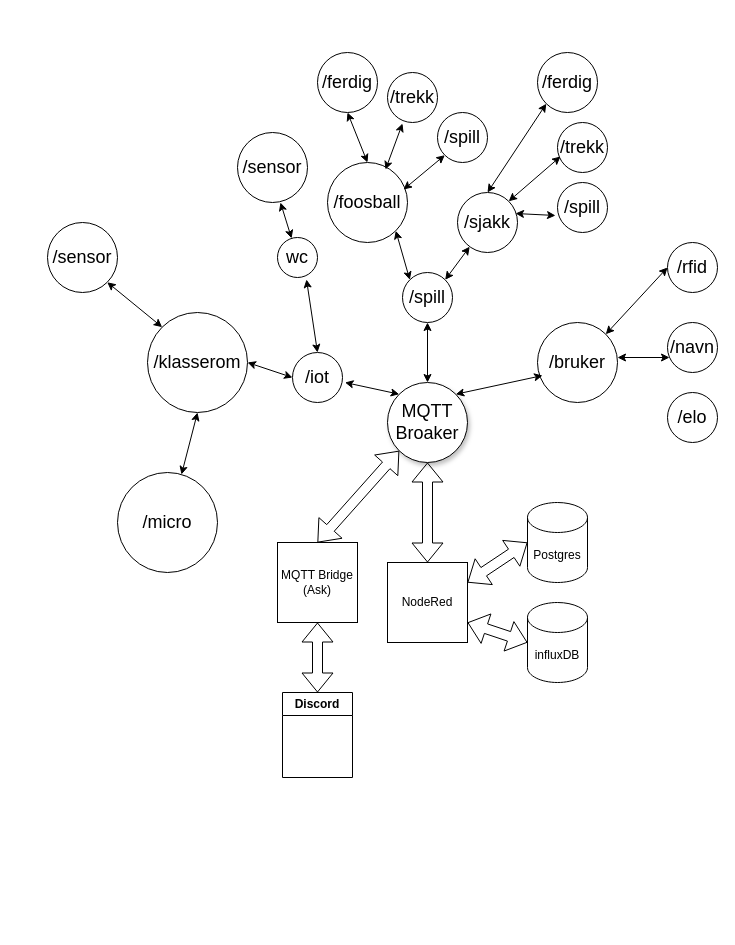
Before: MQTT_Topics.drawio in 1ELER-24-25/ClassServer, a draw.io diagram. Source tidied: cells renumbered, new cells numbered last; positions are measured from the earlier drawing's top-left corner, leaving out a move shared by most shapes. Both pictures are drawn from the tidied source at 100%, with x=0, y=0 at pixel (47, 52).
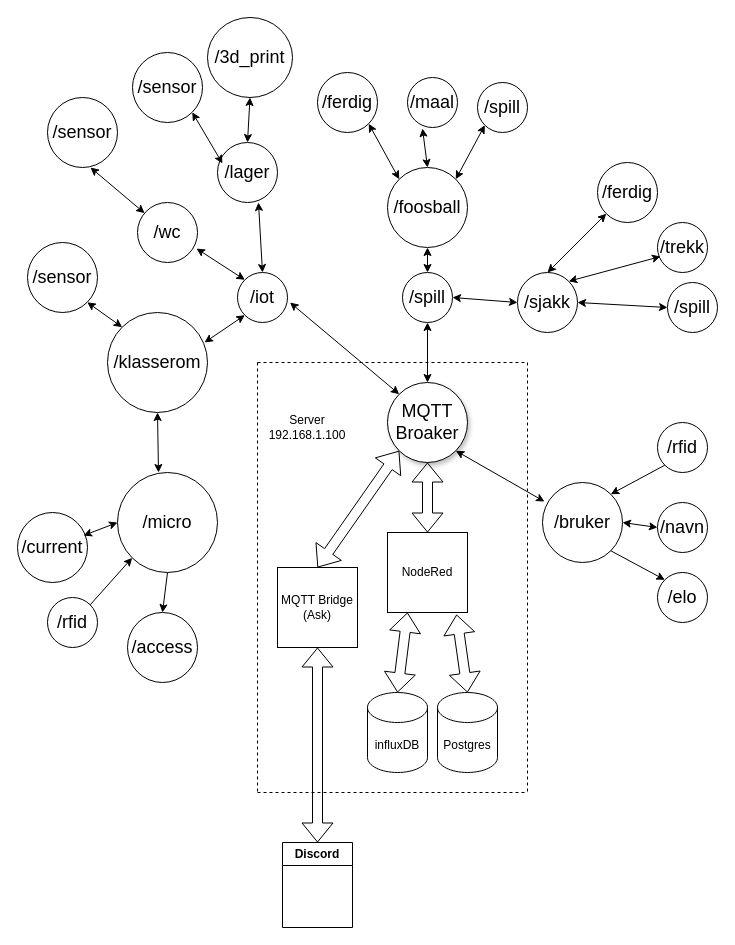
The same page after the edit.

Unchanged cells that the change refers to:
```xml
<mxCell id="2" value="&lt;font style=&quot;font-size: 18px;&quot;&gt;MQTT&lt;br&gt;Broaker&lt;/font&gt;" style="ellipse;whiteSpace=wrap;html=1;shadow=1;fillColor=light-dark(#FFFFFF,#99CCFF);" parent="1" vertex="1">
  <mxGeometry x="340" y="330" width="80" height="80" as="geometry" />
</mxCell>
<mxCell id="14" value="&lt;font style=&quot;font-size: 18px;&quot;&gt;/spill&lt;/font&gt;" style="ellipse;whiteSpace=wrap;html=1;strokeColor=light-dark(#000000,#007FFF);" parent="1" vertex="1">
  <mxGeometry x="355" y="220" width="50" height="50" as="geometry" />
</mxCell>
<mxCell id="31" value="&lt;font style=&quot;font-size: 18px;&quot;&gt;/micro&lt;/font&gt;" style="ellipse;whiteSpace=wrap;html=1;strokeColor=light-dark(#000000,#007FFF);" parent="1" vertex="1">
  <mxGeometry x="70" y="420" width="100" height="100" as="geometry" />
</mxCell>
```

What changed in the source:
```diff
@@
     <mxCell id="3" value="Postgres" style="shape=cylinder3;whiteSpace=wrap;html=1;boundedLbl=1;backgroundOutline=1;size=15;" parent="1" vertex="1">
-      <mxGeometry x="480" y="450" width="60" height="80" as="geometry" />
+      <mxGeometry x="390" y="640" width="60" height="80" as="geometry" />
     </mxCell>
     <mxCell id="4" value="NodeRed" style="whiteSpace=wrap;html=1;" parent="1" vertex="1">
-      <mxGeometry x="340" y="510" width="80" height="80" as="geometry" />
+      <mxGeometry x="340" y="480" width="80" height="80" as="geometry" />
     </mxCell>
     <mxCell id="5" value="influxDB" style="shape=cylinder3;whiteSpace=wrap;html=1;boundedLbl=1;backgroundOutline=1;size=15;" parent="1" vertex="1">
-      <mxGeometry x="480" y="550" width="60" height="80" as="geometry" />
+      <mxGeometry x="320" y="640" width="60" height="80" as="geometry" />
     </mxCell>
     <mxCell id="6" value="MQTT Bridge&lt;br&gt;(Ask)" style="whiteSpace=wrap;html=1;" parent="1" vertex="1">
-      <mxGeometry x="230" y="490" width="80" height="80" as="geometry" />
+      <mxGeometry x="230" y="515" width="80" height="80" as="geometry" />
     </mxCell>
     <mxCell id="7" value="Discord" style="swimlane;whiteSpace=wrap;html=1;" parent="1" vertex="1">
-      <mxGeometry x="235" y="640" width="70" height="85" as="geometry" />
+      <mxGeometry x="235" y="790" width="70" height="85" as="geometry" />
     </mxCell>
-    <mxCell id="8" style="shape=flexArrow;endArrow=classic;startArrow=classic;html=1;rounded=0;entryX=0;entryY=0.5;entryDx=0;entryDy=0;entryPerimeter=0;exitX=1;exitY=0.25;exitDx=0;exitDy=0;" parent="1" edge="1" source="4" target="3">
+    <mxCell id="8" style="shape=flexArrow;endArrow=classic;startArrow=classic;html=1;rounded=0;entryX=0.5;entryY=0;entryDx=0;entryDy=0;entryPerimeter=0;exitX=0.863;exitY=1.025;exitDx=0;exitDy=0;exitPerimeter=0;" parent="1" edge="1" source="4" target="3">
       <mxGeometry relative="1" as="geometry" />
     </mxCell>
-    <mxCell id="9" style="shape=flexArrow;endArrow=classic;startArrow=classic;html=1;rounded=0;entryX=0;entryY=0.5;entryDx=0;entryDy=0;entryPerimeter=0;exitX=1;exitY=0.75;exitDx=0;exitDy=0;" parent="1" edge="1" source="4" target="5">
-      <mxGeometry relative="1" as="geometry" />
+    <mxCell id="9" style="shape=flexArrow;endArrow=classic;startArrow=classic;html=1;rounded=0;entryX=0.5;entryY=0;entryDx=0;entryDy=0;entryPerimeter=0;" parent="1" edge="1" target="5">
+      <mxGeometry relative="1" as="geometry">
+        <mxPoint x="360" y="560" as="sourcePoint" />
+      </mxGeometry>
     </mxCell>
@@
     <mxCell id="13" value="&lt;font style=&quot;font-size: 18px;&quot;&gt;/iot&lt;/font&gt;" style="ellipse;whiteSpace=wrap;html=1;strokeColor=light-dark(#000000,#007FFF);" parent="1" vertex="1">
-      <mxGeometry x="245" y="300" width="50" height="50" as="geometry" />
+      <mxGeometry x="190" y="220" width="50" height="50" as="geometry" />
     </mxCell>
@@
     <mxCell id="15" value="&lt;font style=&quot;font-size: 18px;&quot;&gt;/bruker&lt;/font&gt;" style="ellipse;whiteSpace=wrap;html=1;strokeColor=light-dark(#000000,#007FFF);" parent="1" vertex="1">
-      <mxGeometry x="490" y="270" width="80" height="80" as="geometry" />
+      <mxGeometry x="495" y="430" width="80" height="80" as="geometry" />
     </mxCell>
-    <mxCell id="16" style="endArrow=classic;startArrow=classic;html=1;rounded=0;exitX=0.967;exitY=0.35;exitDx=0;exitDy=0;entryX=-0.04;entryY=0.66;entryDx=0;entryDy=0;entryPerimeter=0;exitPerimeter=0;" parent="1" edge="1" source="26" target="36">
-      <mxGeometry relative="1" as="geometry" />
-    </mxCell>
-    <mxCell id="17" style="endArrow=classic;startArrow=classic;html=1;rounded=0;entryX=0;entryY=0;entryDx=0;entryDy=0;exitX=1;exitY=1;exitDx=0;exitDy=0;" parent="1" edge="1" source="21" target="14">
-      <mxGeometry relative="1" as="geometry" />
+    <mxCell id="17" style="endArrow=classic;startArrow=classic;html=1;rounded=0;exitX=0.5;exitY=1;exitDx=0;exitDy=0;" parent="1" edge="1" source="21">
+      <mxGeometry relative="1" as="geometry">
+        <mxPoint x="380" y="220" as="targetPoint" />
+      </mxGeometry>
     </mxCell>
-    <mxCell id="18" style="endArrow=classic;startArrow=classic;html=1;rounded=0;exitX=1;exitY=0;exitDx=0;exitDy=0;entryX=0.063;entryY=0.663;entryDx=0;entryDy=0;entryPerimeter=0;" parent="1" edge="1" source="2" target="15">
+    <mxCell id="18" style="endArrow=classic;startArrow=classic;html=1;rounded=0;exitX=1;exitY=1;exitDx=0;exitDy=0;entryX=0.025;entryY=0.238;entryDx=0;entryDy=0;entryPerimeter=0;" parent="1" edge="1" source="2" target="15">
       <mxGeometry relative="1" as="geometry" />
     </mxCell>
@@
     <mxCell id="21" value="&lt;font style=&quot;font-size: 18px;&quot;&gt;/foosball&lt;/font&gt;" style="ellipse;whiteSpace=wrap;html=1;strokeColor=light-dark(#000000,#007FFF);" parent="1" vertex="1">
-      <mxGeometry x="280" y="110" width="80" height="80" as="geometry" />
+      <mxGeometry x="340" y="115" width="80" height="80" as="geometry" />
     </mxCell>
     <mxCell id="22" value="&lt;font style=&quot;font-size: 18px;&quot;&gt;/rfid&lt;/font&gt;" style="ellipse;whiteSpace=wrap;html=1;strokeColor=light-dark(#000000,#007FFF);" parent="1" vertex="1">
-      <mxGeometry x="620" y="190" width="50" height="50" as="geometry" />
+      <mxGeometry x="610" y="370" width="50" height="50" as="geometry" />
     </mxCell>
     <mxCell id="23" value="&lt;font style=&quot;font-size: 18px;&quot;&gt;/navn&lt;/font&gt;" style="ellipse;whiteSpace=wrap;html=1;strokeColor=light-dark(#000000,#007FFF);" parent="1" vertex="1">
-      <mxGeometry x="620" y="270" width="50" height="50" as="geometry" />
+      <mxGeometry x="610" y="450" width="50" height="50" as="geometry" />
     </mxCell>
     <mxCell id="24" value="&lt;font style=&quot;font-size: 18px;&quot;&gt;/elo&lt;/font&gt;" style="ellipse;whiteSpace=wrap;html=1;strokeColor=light-dark(#000000,#007FFF);" parent="1" vertex="1">
-      <mxGeometry x="620" y="340" width="50" height="50" as="geometry" />
+      <mxGeometry x="610" y="520" width="50" height="50" as="geometry" />
     </mxCell>
-    <mxCell id="25" style="endArrow=classic;startArrow=classic;html=1;rounded=0;exitX=1;exitY=0;exitDx=0;exitDy=0;" parent="1" edge="1" source="14" target="26">
-      <mxGeometry relative="1" as="geometry" />
-    </mxCell>
     <mxCell id="26" value="&lt;font style=&quot;font-size: 18px;&quot;&gt;/sjakk&lt;/font&gt;" style="ellipse;whiteSpace=wrap;html=1;strokeColor=light-dark(#000000,#007FFF);" parent="1" vertex="1">
-      <mxGeometry x="410" y="140" width="60" height="60" as="geometry" />
+      <mxGeometry x="470" y="220" width="60" height="60" as="geometry" />
     </mxCell>
-    <mxCell id="27" value="&lt;span style=&quot;font-size: 18px;&quot;&gt;wc&lt;/span&gt;" style="ellipse;whiteSpace=wrap;html=1;strokeColor=light-dark(#000000,#007FFF);" parent="1" vertex="1">
-      <mxGeometry x="230" y="185" width="40" height="40" as="geometry" />
+    <mxCell id="27" value="&lt;span style=&quot;font-size: 18px;&quot;&gt;/wc&lt;/span&gt;" style="ellipse;whiteSpace=wrap;html=1;strokeColor=light-dark(#000000,#007FFF);" parent="1" vertex="1">
+      <mxGeometry x="90" y="150" width="60" height="60" as="geometry" />
     </mxCell>
     <mxCell id="28" value="&lt;font style=&quot;font-size: 18px;&quot;&gt;/klasserom&lt;/font&gt;" style="ellipse;whiteSpace=wrap;html=1;strokeColor=light-dark(#000000,#007FFF);" parent="1" vertex="1">
-      <mxGeometry x="100" y="260" width="100" height="100" as="geometry" />
+      <mxGeometry x="60" y="260" width="100" height="100" as="geometry" />
     </mxCell>
-    <mxCell id="29" style="endArrow=classic;startArrow=classic;html=1;rounded=0;entryX=0;entryY=0.5;entryDx=0;entryDy=0;exitX=1;exitY=0.5;exitDx=0;exitDy=0;" parent="1" edge="1" source="28" target="13">
+    <mxCell id="29" style="endArrow=classic;startArrow=classic;html=1;rounded=0;entryX=0;entryY=1;entryDx=0;entryDy=0;exitX=0.97;exitY=0.3;exitDx=0;exitDy=0;exitPerimeter=0;" parent="1" edge="1" source="28" target="13">
       <mxGeometry relative="1" as="geometry" />
     </mxCell>
-    <mxCell id="30" style="endArrow=classic;startArrow=classic;html=1;rounded=0;entryX=0.5;entryY=0;entryDx=0;entryDy=0;exitX=0.725;exitY=1.05;exitDx=0;exitDy=0;exitPerimeter=0;" parent="1" edge="1" source="27" target="13">
+    <mxCell id="30" style="endArrow=classic;startArrow=classic;html=1;rounded=0;entryX=0;entryY=0;entryDx=0;entryDy=0;exitX=0.983;exitY=0.767;exitDx=0;exitDy=0;exitPerimeter=0;" parent="1" edge="1" source="27" target="13">
       <mxGeometry relative="1" as="geometry" />
     </mxCell>
@@
     <mxCell id="32" value="&lt;font style=&quot;font-size: 18px;&quot;&gt;/sensor&lt;/font&gt;" style="ellipse;whiteSpace=wrap;html=1;strokeColor=light-dark(#000000,#007FFF);" parent="1" vertex="1">
-      <mxGeometry x="190" y="80" width="70" height="70" as="geometry" />
+      <mxGeometry y="45" width="70" height="70" as="geometry" />
     </mxCell>
     <mxCell id="33" value="&lt;font style=&quot;font-size: 18px;&quot;&gt;/sensor&lt;/font&gt;" style="ellipse;whiteSpace=wrap;html=1;strokeColor=light-dark(#000000,#007FFF);" parent="1" vertex="1">
-      <mxGeometry y="170" width="70" height="70" as="geometry" />
+      <mxGeometry x="-20" y="190" width="70" height="70" as="geometry" />
     </mxCell>
     <mxCell id="34" value="&lt;font style=&quot;font-size: 18px;&quot;&gt;/trekk&lt;/font&gt;" style="ellipse;whiteSpace=wrap;html=1;strokeColor=light-dark(#000000,#007FFF);" parent="1" vertex="1">
-      <mxGeometry x="510" y="70" width="50" height="50" as="geometry" />
+      <mxGeometry x="610" y="170" width="50" height="50" as="geometry" />
     </mxCell>
     <mxCell id="35" value="&lt;font style=&quot;font-size: 18px;&quot;&gt;/ferdig&lt;/font&gt;" style="ellipse;whiteSpace=wrap;html=1;strokeColor=light-dark(#000000,#007FFF);" parent="1" vertex="1">
-      <mxGeometry x="490" width="60" height="60" as="geometry" />
+      <mxGeometry x="550" y="110" width="60" height="60" as="geometry" />
     </mxCell>
     <mxCell id="36" value="&lt;font style=&quot;font-size: 18px;&quot;&gt;/spill&lt;/font&gt;" style="ellipse;whiteSpace=wrap;html=1;strokeColor=light-dark(#000000,#007FFF);" parent="1" vertex="1">
-      <mxGeometry x="510" y="130" width="50" height="50" as="geometry" />
+      <mxGeometry x="620" y="230" width="50" height="50" as="geometry" />
     </mxCell>
@@
-    <mxCell id="39" value="&lt;font style=&quot;font-size: 18px;&quot;&gt;/trekk&lt;/font&gt;" style="ellipse;whiteSpace=wrap;html=1;strokeColor=light-dark(#000000,#007FFF);" parent="1" vertex="1">
-      <mxGeometry x="340" y="20" width="50" height="50" as="geometry" />
+    <mxCell id="39" value="&lt;font style=&quot;font-size: 18px;&quot;&gt;/maal&lt;/font&gt;" style="ellipse;whiteSpace=wrap;html=1;strokeColor=light-dark(#000000,#007FFF);" parent="1" vertex="1">
+      <mxGeometry x="360" y="25" width="50" height="50" as="geometry" />
     </mxCell>
     <mxCell id="40" value="&lt;font style=&quot;font-size: 18px;&quot;&gt;/ferdig&lt;/font&gt;" style="ellipse;whiteSpace=wrap;html=1;strokeColor=light-dark(#000000,#007FFF);" parent="1" vertex="1">
-      <mxGeometry x="270" width="60" height="60" as="geometry" />
+      <mxGeometry x="270" y="20" width="60" height="60" as="geometry" />
     </mxCell>
     <mxCell id="41" value="&lt;font style=&quot;font-size: 18px;&quot;&gt;/spill&lt;/font&gt;" style="ellipse;whiteSpace=wrap;html=1;strokeColor=light-dark(#000000,#007FFF);" parent="1" vertex="1">
-      <mxGeometry x="390" y="60" width="50" height="50" as="geometry" />
+      <mxGeometry x="430" y="30" width="50" height="50" as="geometry" />
     </mxCell>
-    <mxCell id="42" style="endArrow=classic;startArrow=classic;html=1;rounded=0;entryX=0;entryY=0.5;entryDx=0;entryDy=0;exitX=1;exitY=0;exitDx=0;exitDy=0;" parent="1" edge="1" source="15" target="22">
-      <mxGeometry relative="1" as="geometry" />
-    </mxCell>
-    <mxCell id="43" style="endArrow=classic;startArrow=classic;html=1;rounded=0;entryX=0;entryY=1;entryDx=0;entryDy=0;exitX=0.95;exitY=0.338;exitDx=0;exitDy=0;exitPerimeter=0;" parent="1" edge="1" source="21" target="41">
+    <mxCell id="43" style="endArrow=classic;startArrow=classic;html=1;rounded=0;entryX=0;entryY=1;entryDx=0;entryDy=0;exitX=1;exitY=0;exitDx=0;exitDy=0;" parent="1" edge="1" source="21" target="41">
       <mxGeometry relative="1" as="geometry" />
     </mxCell>
-    <mxCell id="44" style="endArrow=classic;startArrow=classic;html=1;rounded=0;entryX=0.3;entryY=1.02;entryDx=0;entryDy=0;exitX=0.725;exitY=0.088;exitDx=0;exitDy=0;exitPerimeter=0;entryPerimeter=0;" parent="1" edge="1" source="21" target="39">
+    <mxCell id="44" style="endArrow=classic;startArrow=classic;html=1;rounded=0;entryX=0.3;entryY=1.02;entryDx=0;entryDy=0;exitX=0.5;exitY=0;exitDx=0;exitDy=0;entryPerimeter=0;" parent="1" edge="1" source="21" target="39">
       <mxGeometry relative="1" as="geometry" />
     </mxCell>
-    <mxCell id="45" style="endArrow=classic;startArrow=classic;html=1;rounded=0;entryX=0.5;entryY=1;entryDx=0;entryDy=0;exitX=0.5;exitY=0;exitDx=0;exitDy=0;" parent="1" edge="1" source="21" target="40">
+    <mxCell id="45" style="endArrow=classic;startArrow=classic;html=1;rounded=0;entryX=1;entryY=1;entryDx=0;entryDy=0;exitX=0;exitY=0;exitDx=0;exitDy=0;" parent="1" edge="1" source="21" target="40">
       <mxGeometry relative="1" as="geometry" />
     </mxCell>
@@
-    <mxCell id="47" style="endArrow=classic;startArrow=classic;html=1;rounded=0;entryX=0.5;entryY=1;entryDx=0;entryDy=0;exitX=0.64;exitY=0.02;exitDx=0;exitDy=0;exitPerimeter=0;" parent="1" edge="1" source="31" target="28">
+    <mxCell id="47" style="endArrow=classic;startArrow=classic;html=1;rounded=0;entryX=0.5;entryY=1;entryDx=0;entryDy=0;exitX=0.41;exitY=0;exitDx=0;exitDy=0;exitPerimeter=0;" parent="1" edge="1" source="31" target="28">
       <mxGeometry relative="1" as="geometry" />
     </mxCell>
@@
-    <mxCell id="49" style="endArrow=classic;startArrow=classic;html=1;rounded=0;entryX=0.04;entryY=0.7;entryDx=0;entryDy=0;entryPerimeter=0;" parent="1" edge="1" target="23">
-      <mxGeometry relative="1" as="geometry">
-        <mxPoint x="570" y="305" as="sourcePoint" />
-      </mxGeometry>
+    <mxCell id="49" style="endArrow=classic;startArrow=classic;html=1;rounded=0;entryX=0;entryY=0.5;entryDx=0;entryDy=0;exitX=1;exitY=0.5;exitDx=0;exitDy=0;" parent="1" edge="1" source="15" target="23">
+      <mxGeometry relative="1" as="geometry" />
     </mxCell>
+    <mxCell id="50" value="&lt;font style=&quot;font-size: 18px;&quot;&gt;/current&lt;/font&gt;" style="ellipse;whiteSpace=wrap;html=1;strokeColor=light-dark(#000000,#007FFF);" parent="1" vertex="1">
+      <mxGeometry x="-30" y="460" width="70" height="70" as="geometry" />
+    </mxCell>
+    <mxCell id="51" value="&lt;font style=&quot;font-size: 18px;&quot;&gt;/rfid&lt;/font&gt;" style="ellipse;whiteSpace=wrap;html=1;strokeColor=light-dark(#000000,#007FFF);" parent="1" vertex="1">
+      <mxGeometry y="545" width="50" height="50" as="geometry" />
+    </mxCell>
+    <mxCell id="52" value="&lt;font style=&quot;font-size: 18px;&quot;&gt;/access&lt;/font&gt;" style="ellipse;whiteSpace=wrap;html=1;strokeColor=light-dark(#000000,#007FFF);" parent="1" vertex="1">
+      <mxGeometry x="80" y="560" width="70" height="70" as="geometry" />
+    </mxCell>
+    <mxCell id="53" style="endArrow=classic;html=1;rounded=0;entryX=0;entryY=1;entryDx=0;entryDy=0;exitX=1;exitY=0;exitDx=0;exitDy=0;" parent="1" edge="1" source="51" target="31">
+      <mxGeometry relative="1" as="geometry" />
+    </mxCell>
+    <mxCell id="54" style="endArrow=classic;html=1;rounded=0;entryX=0.5;entryY=0;entryDx=0;entryDy=0;exitX=0.5;exitY=1;exitDx=0;exitDy=0;" parent="1" edge="1" source="31" target="52">
+      <mxGeometry relative="1" as="geometry" />
+    </mxCell>
+    <mxCell id="55" style="endArrow=none;dashed=1;html=1;rounded=0;" parent="1" edge="1">
+      <mxGeometry relative="1" as="geometry">
+        <mxPoint x="480" y="310" as="sourcePoint" />
+        <mxPoint x="480" y="740" as="targetPoint" />
+      </mxGeometry>
+    </mxCell>
+    <mxCell id="56" style="endArrow=none;dashed=1;html=1;rounded=0;" parent="1" edge="1">
+      <mxGeometry relative="1" as="geometry">
+        <mxPoint x="210" y="740" as="sourcePoint" />
+        <mxPoint x="480" y="740" as="targetPoint" />
+      </mxGeometry>
+    </mxCell>
+    <mxCell id="57" style="endArrow=none;dashed=1;html=1;rounded=0;" parent="1" edge="1">
+      <mxGeometry relative="1" as="geometry">
+        <mxPoint x="210" y="310" as="sourcePoint" />
+        <mxPoint x="210" y="740" as="targetPoint" />
+      </mxGeometry>
+    </mxCell>
+    <mxCell id="58" style="endArrow=none;dashed=1;html=1;rounded=0;" parent="1" edge="1">
+      <mxGeometry relative="1" as="geometry">
+        <mxPoint x="210" y="310" as="sourcePoint" />
+        <mxPoint x="480" y="310" as="targetPoint" />
+      </mxGeometry>
+    </mxCell>
+    <mxCell id="59" value="Server&lt;div&gt;192.168.1.100&lt;/div&gt;" style="text;html=1;align=center;verticalAlign=middle;whiteSpace=wrap;rounded=0;" parent="1" vertex="1">
+      <mxGeometry x="230" y="360" width="60" height="30" as="geometry" />
+    </mxCell>
+    <mxCell id="25" style="endArrow=classic;startArrow=classic;html=1;rounded=0;entryX=0;entryY=0.5;entryDx=0;entryDy=0;exitX=1;exitY=0.5;exitDx=0;exitDy=0;" parent="1" edge="1" source="14" target="26">
+      <mxGeometry relative="1" as="geometry" />
+    </mxCell>
+    <mxCell id="60" style="endArrow=classic;startArrow=classic;html=1;rounded=0;entryX=0;entryY=0.5;entryDx=0;entryDy=0;exitX=0.943;exitY=0.329;exitDx=0;exitDy=0;exitPerimeter=0;" parent="1" edge="1" source="50" target="31">
+      <mxGeometry relative="1" as="geometry" />
+    </mxCell>
+    <mxCell id="61" value="&lt;span style=&quot;font-size: 18px;&quot;&gt;/lager&lt;/span&gt;" style="ellipse;whiteSpace=wrap;html=1;strokeColor=light-dark(#000000,#007FFF);" parent="1" vertex="1">
+      <mxGeometry x="170" y="90" width="60" height="60" as="geometry" />
+    </mxCell>
+    <mxCell id="62" style="endArrow=classic;startArrow=classic;html=1;rounded=0;entryX=0.5;entryY=0;entryDx=0;entryDy=0;exitX=0.683;exitY=1;exitDx=0;exitDy=0;exitPerimeter=0;" parent="1" edge="1" source="61" target="13">
+      <mxGeometry relative="1" as="geometry" />
+    </mxCell>
+    <mxCell id="63" style="endArrow=classic;startArrow=classic;html=1;rounded=0;entryX=0.083;entryY=0.35;entryDx=0;entryDy=0;entryPerimeter=0;exitX=1;exitY=1;exitDx=0;exitDy=0;" parent="1" edge="1" source="65" target="61">
+      <mxGeometry relative="1" as="geometry" />
+    </mxCell>
+    <mxCell id="64" style="endArrow=classic;startArrow=classic;html=1;rounded=0;entryX=0.5;entryY=0;entryDx=0;entryDy=0;exitX=0.5;exitY=1;exitDx=0;exitDy=0;" parent="1" edge="1" source="66" target="61">
+      <mxGeometry relative="1" as="geometry" />
+    </mxCell>
+    <mxCell id="65" value="&lt;font style=&quot;font-size: 18px;&quot;&gt;/sensor&lt;/font&gt;" style="ellipse;whiteSpace=wrap;html=1;strokeColor=light-dark(#000000,#007FFF);" parent="1" vertex="1">
+      <mxGeometry x="85" width="70" height="70" as="geometry" />
+    </mxCell>
+    <mxCell id="66" value="&lt;font style=&quot;font-size: 18px;&quot;&gt;/3d_print&lt;/font&gt;" style="ellipse;whiteSpace=wrap;html=1;strokeColor=light-dark(#000000,#007FFF);" parent="1" vertex="1">
+      <mxGeometry x="160" y="-35" width="85" height="80" as="geometry" />
+    </mxCell>
+    <mxCell id="16" style="endArrow=classic;startArrow=classic;html=1;rounded=0;entryX=0;entryY=0.5;entryDx=0;entryDy=0;exitX=1;exitY=0.5;exitDx=0;exitDy=0;" parent="1" edge="1" source="26" target="36">
+      <mxGeometry relative="1" as="geometry" />
+    </mxCell>
+    <mxCell id="67" style="endArrow=classic;html=1;rounded=0;entryX=1;entryY=0;entryDx=0;entryDy=0;exitX=0;exitY=1;exitDx=0;exitDy=0;" parent="1" edge="1" source="22" target="15">
+      <mxGeometry relative="1" as="geometry" />
+    </mxCell>
+    <mxCell id="68" style="endArrow=classic;html=1;rounded=0;entryX=0;entryY=0;entryDx=0;entryDy=0;exitX=1;exitY=1;exitDx=0;exitDy=0;" parent="1" edge="1" source="15" target="24">
+      <mxGeometry relative="1" as="geometry" />
+    </mxCell>
```
